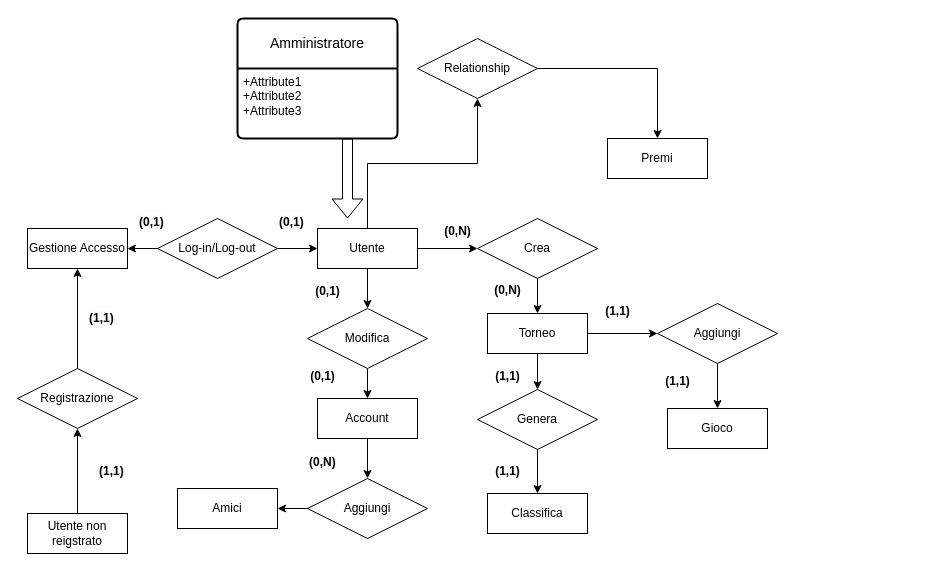
Earlier version of the draw.io diagram EF2/documentazione_progetto/Modello_ERA.drawio (IngSW-unipv/Progetto-K24). Source tidied: cells renumbered, new cells numbered last; positions are measured from the earlier drawing's top-left corner, leaving out a move shared by most shapes. Both pictures are drawn from the tidied source at 100%, with x=0, y=0 at pixel (17, 18).
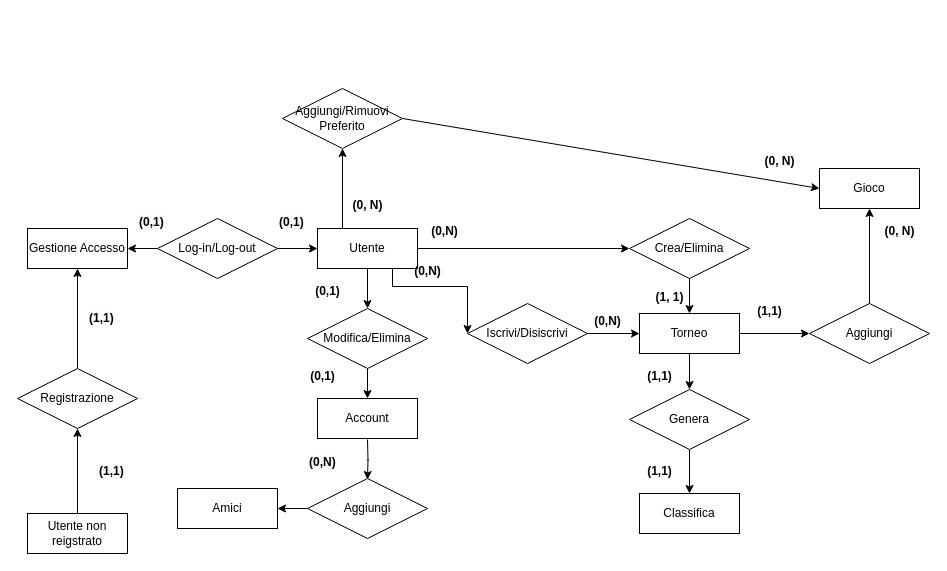
After the change.

Unchanged cells that the change refers to:
```xml
<mxCell id="7" value="Utente" style="whiteSpace=wrap;html=1;align=center;" parent="1" vertex="1">
  <mxGeometry x="300" y="210" width="100" height="40" as="geometry" />
</mxCell>
<mxCell id="20" value="Aggiungi" style="shape=rhombus;perimeter=rhombusPerimeter;whiteSpace=wrap;html=1;align=center;" parent="1" vertex="1">
  <mxGeometry x="290" y="460" width="120" height="60" as="geometry" />
</mxCell>
<mxCell id="26" value="Account" style="whiteSpace=wrap;html=1;align=center;" parent="1" vertex="1">
  <mxGeometry x="300" y="380" width="100" height="40" as="geometry" />
</mxCell>
```

Diff of the diagram source:
```diff
@@
-    <mxCell id="3" value="Crea" style="shape=rhombus;perimeter=rhombusPerimeter;whiteSpace=wrap;html=1;align=center;" parent="1" vertex="1">
-      <mxGeometry x="460" y="200" width="120" height="60" as="geometry" />
+    <mxCell id="3" value="Crea/Elimina" style="shape=rhombus;perimeter=rhombusPerimeter;whiteSpace=wrap;html=1;align=center;" parent="1" vertex="1">
+      <mxGeometry x="612" y="200" width="120" height="60" as="geometry" />
     </mxCell>
-    <mxCell id="4" style="edgeStyle=orthogonalEdgeStyle;rounded=0;jettySize=auto;html=1;" parent="1" edge="1" source="7" target="3">
+    <mxCell id="4" style="edgeStyle=orthogonalEdgeStyle;rounded=0;jettySize=auto;html=1;exitX=1;exitY=0.5;exitDx=0;exitDy=0;" parent="1" edge="1" source="7" target="3">
       <mxGeometry relative="1" as="geometry" />
     </mxCell>
-    <mxCell id="5" style="edgeStyle=orthogonalEdgeStyle;rounded=0;jettySize=auto;html=1;" parent="1" edge="1" source="7" target="16">
-      <mxGeometry relative="1" as="geometry" />
-    </mxCell>
@@
     <mxCell id="8" value="Gioco" style="whiteSpace=wrap;html=1;align=center;" parent="1" vertex="1">
-      <mxGeometry x="650" y="390" width="100" height="40" as="geometry" />
+      <mxGeometry x="802" y="150" width="100" height="40" as="geometry" />
     </mxCell>
@@
-    <mxCell id="10" value="Premi" style="whiteSpace=wrap;html=1;align=center;" parent="1" vertex="1">
-      <mxGeometry x="590" y="120" width="100" height="40" as="geometry" />
-    </mxCell>
@@
     <mxCell id="13" value="Torneo" style="whiteSpace=wrap;html=1;align=center;" parent="1" vertex="1">
-      <mxGeometry x="470" y="295" width="100" height="40" as="geometry" />
+      <mxGeometry x="622" y="295" width="100" height="40" as="geometry" />
     </mxCell>
     <mxCell id="14" value="Classifica" style="whiteSpace=wrap;html=1;align=center;" parent="1" vertex="1">
-      <mxGeometry x="470" y="475" width="100" height="40" as="geometry" />
+      <mxGeometry x="622" y="475" width="100" height="40" as="geometry" />
     </mxCell>
-    <mxCell id="15" style="edgeStyle=orthogonalEdgeStyle;rounded=0;jettySize=auto;html=1;" parent="1" edge="1" source="16" target="10">
-      <mxGeometry relative="1" as="geometry" />
-    </mxCell>
-    <mxCell id="16" value="Relationship" style="shape=rhombus;perimeter=rhombusPerimeter;whiteSpace=wrap;html=1;align=center;" parent="1" vertex="1">
-      <mxGeometry x="400" y="20" width="120" height="60" as="geometry" />
-    </mxCell>
@@
     <mxCell id="18" value="Aggiungi" style="shape=rhombus;perimeter=rhombusPerimeter;whiteSpace=wrap;html=1;align=center;" parent="1" vertex="1">
-      <mxGeometry x="640" y="285" width="120" height="60" as="geometry" />
+      <mxGeometry x="792" y="285" width="120" height="60" as="geometry" />
     </mxCell>
@@
     <mxCell id="22" value="Genera" style="shape=rhombus;perimeter=rhombusPerimeter;whiteSpace=wrap;html=1;align=center;" parent="1" vertex="1">
-      <mxGeometry x="460" y="371" width="120" height="60" as="geometry" />
+      <mxGeometry x="612" y="371" width="120" height="60" as="geometry" />
     </mxCell>
@@
-    <mxCell id="24" value="Modifica" style="shape=rhombus;perimeter=rhombusPerimeter;whiteSpace=wrap;html=1;align=center;" parent="1" vertex="1">
+    <mxCell id="24" value="Modifica/Elimina" style="shape=rhombus;perimeter=rhombusPerimeter;whiteSpace=wrap;html=1;align=center;" parent="1" vertex="1">
       <mxGeometry x="290" y="290" width="120" height="60" as="geometry" />
     </mxCell>
-    <mxCell id="25" style="edgeStyle=orthogonalEdgeStyle;rounded=0;jettySize=auto;html=1;" parent="1" edge="1" source="26" target="20">
-      <mxGeometry relative="1" as="geometry" />
+    <mxCell id="25" style="edgeStyle=orthogonalEdgeStyle;rounded=0;orthogonalLoop=1;jettySize=auto;html=1;" parent="1" edge="1">
+      <mxGeometry relative="1" as="geometry">
+        <mxPoint x="350" y="421" as="sourcePoint" />
+        <mxPoint x="350" y="461" as="targetPoint" />
+      </mxGeometry>
     </mxCell>
@@
     <mxCell id="37" value="(0,N)" style="text;align=center;fontStyle=1;verticalAlign=middle;spacingLeft=3;spacingRight=3;strokeColor=none;html=1;" parent="1" vertex="1">
-      <mxGeometry x="400" y="200" width="80" height="26" as="geometry" />
+      <mxGeometry x="387" y="200" width="80" height="26" as="geometry" />
     </mxCell>
-    <mxCell id="38" value="(0,N)" style="text;align=center;fontStyle=1;verticalAlign=middle;spacingLeft=3;spacingRight=3;strokeColor=none;html=1;" parent="1" vertex="1">
-      <mxGeometry x="450" y="259" width="80" height="26" as="geometry" />
+    <mxCell id="38" value="(1, 1)" style="text;align=center;fontStyle=1;verticalAlign=middle;spacingLeft=3;spacingRight=3;strokeColor=none;html=1;" parent="1" vertex="1">
+      <mxGeometry x="612" y="266" width="80" height="26" as="geometry" />
     </mxCell>
     <mxCell id="39" value="(1,1)" style="text;align=center;fontStyle=1;verticalAlign=middle;spacingLeft=3;spacingRight=3;strokeColor=none;html=1;" parent="1" vertex="1">
-      <mxGeometry x="450" y="345" width="80" height="26" as="geometry" />
+      <mxGeometry x="602" y="345" width="80" height="26" as="geometry" />
     </mxCell>
     <mxCell id="40" value="(1,1)" style="text;align=center;fontStyle=1;verticalAlign=middle;spacingLeft=3;spacingRight=3;strokeColor=none;html=1;" parent="1" vertex="1">
-      <mxGeometry x="450" y="440" width="80" height="26" as="geometry" />
+      <mxGeometry x="602" y="440" width="80" height="26" as="geometry" />
     </mxCell>
     <mxCell id="41" value="(1,1)" style="text;align=center;fontStyle=1;verticalAlign=middle;spacingLeft=3;spacingRight=3;strokeColor=none;html=1;" parent="1" vertex="1">
-      <mxGeometry x="580" y="280" width="40" height="26" as="geometry" />
+      <mxGeometry x="732" y="280" width="40" height="26" as="geometry" />
     </mxCell>
-    <mxCell id="42" value="(1,1)" style="text;align=center;fontStyle=1;verticalAlign=middle;spacingLeft=3;spacingRight=3;strokeColor=none;html=1;" parent="1" vertex="1">
-      <mxGeometry x="640" y="350" width="40" height="26" as="geometry" />
+    <mxCell id="42" value="(0, N)" style="text;align=center;fontStyle=1;verticalAlign=middle;spacingLeft=3;spacingRight=3;strokeColor=none;html=1;" parent="1" vertex="1">
+      <mxGeometry x="862" y="200" width="40" height="26" as="geometry" />
     </mxCell>
@@
-    <mxCell id="48" value="Amministratore" style="swimlane;horizontal=1;startSize=50;rounded=1;fontSize=14;fontStyle=0;strokeWidth=2;shadow=0;dashed=0;align=center;arcSize=4;whiteSpace=wrap;html=1;" parent="1" vertex="1">
-      <mxGeometry x="220" width="160" height="120" as="geometry" />
-    </mxCell>
-    <mxCell id="49" value="+Attribute1&#10;+Attribute2&#10;+Attribute3" style="align=left;strokeColor=none;fillColor=none;spacingLeft=4;fontSize=12;verticalAlign=top;html=1;" parent="48" vertex="1">
-      <mxGeometry y="50" width="160" height="70" as="geometry" />
-    </mxCell>
-    <mxCell id="50" style="shape=flexArrow;endArrow=classic;html=1;rounded=0;" parent="1" edge="1">
-      <mxGeometry relative="1" as="geometry">
-        <mxPoint x="330" y="120" as="sourcePoint" />
-        <mxPoint x="330" y="200" as="targetPoint" />
-      </mxGeometry>
-    </mxCell>
+    <mxCell id="51" style="endArrow=classic;html=1;rounded=0;exitX=0.25;exitY=0;exitDx=0;exitDy=0;" parent="1" edge="1" source="7">
+      <mxGeometry relative="1" as="geometry">
+        <mxPoint x="325" y="130" as="targetPoint" />
+      </mxGeometry>
+    </mxCell>
+    <mxCell id="52" value="Aggiungi/Rimuovi&lt;br&gt;Preferito" style="shape=rhombus;perimeter=rhombusPerimeter;whiteSpace=wrap;html=1;align=center;" parent="1" vertex="1">
+      <mxGeometry x="265" y="70" width="120" height="60" as="geometry" />
+    </mxCell>
+    <mxCell id="53" style="endArrow=classic;html=1;rounded=0;exitX=1;exitY=0.5;exitDx=0;exitDy=0;entryX=0;entryY=0.5;entryDx=0;entryDy=0;" parent="1" edge="1" source="52" target="8">
+      <mxGeometry relative="1" as="geometry" />
+    </mxCell>
+    <mxCell id="54" value="(0, N)" style="text;align=center;fontStyle=1;verticalAlign=middle;spacingLeft=3;spacingRight=3;strokeColor=none;html=1;" parent="1" vertex="1">
+      <mxGeometry x="742" y="130" width="40" height="26" as="geometry" />
+    </mxCell>
+    <mxCell id="55" value="(0, N)" style="text;align=center;fontStyle=1;verticalAlign=middle;spacingLeft=3;spacingRight=3;strokeColor=none;html=1;" parent="1" vertex="1">
+      <mxGeometry x="330" y="174" width="40" height="26" as="geometry" />
+    </mxCell>
+    <mxCell id="56" style="edgeStyle=orthogonalEdgeStyle;rounded=0;jettySize=auto;html=1;exitX=1;exitY=0.5;exitDx=0;exitDy=0;" parent="1" edge="1" source="57" target="13">
+      <mxGeometry relative="1" as="geometry" />
+    </mxCell>
+    <mxCell id="57" value="Iscrivi/Disiscrivi" style="shape=rhombus;perimeter=rhombusPerimeter;whiteSpace=wrap;html=1;align=center;" parent="1" vertex="1">
+      <mxGeometry x="450" y="285" width="120" height="60" as="geometry" />
+    </mxCell>
+    <mxCell id="58" style="edgeStyle=orthogonalEdgeStyle;rounded=0;jettySize=auto;html=1;entryX=0;entryY=0.5;entryDx=0;entryDy=0;exitX=0.75;exitY=1;exitDx=0;exitDy=0;" parent="1" edge="1" source="7" target="57">
+      <mxGeometry relative="1" as="geometry">
+        <Array as="points">
+          <mxPoint x="375" y="268" />
+          <mxPoint x="450" y="268" />
+        </Array>
+      </mxGeometry>
+    </mxCell>
+    <mxCell id="59" value="(0,N)" style="text;align=center;fontStyle=1;verticalAlign=middle;spacingLeft=3;spacingRight=3;strokeColor=none;html=1;" parent="1" vertex="1">
+      <mxGeometry x="370" y="240" width="80" height="26" as="geometry" />
+    </mxCell>
+    <mxCell id="60" value="(0,N)" style="text;align=center;fontStyle=1;verticalAlign=middle;spacingLeft=3;spacingRight=3;strokeColor=none;html=1;" parent="1" vertex="1">
+      <mxGeometry x="550" y="290" width="80" height="26" as="geometry" />
+    </mxCell>
```
